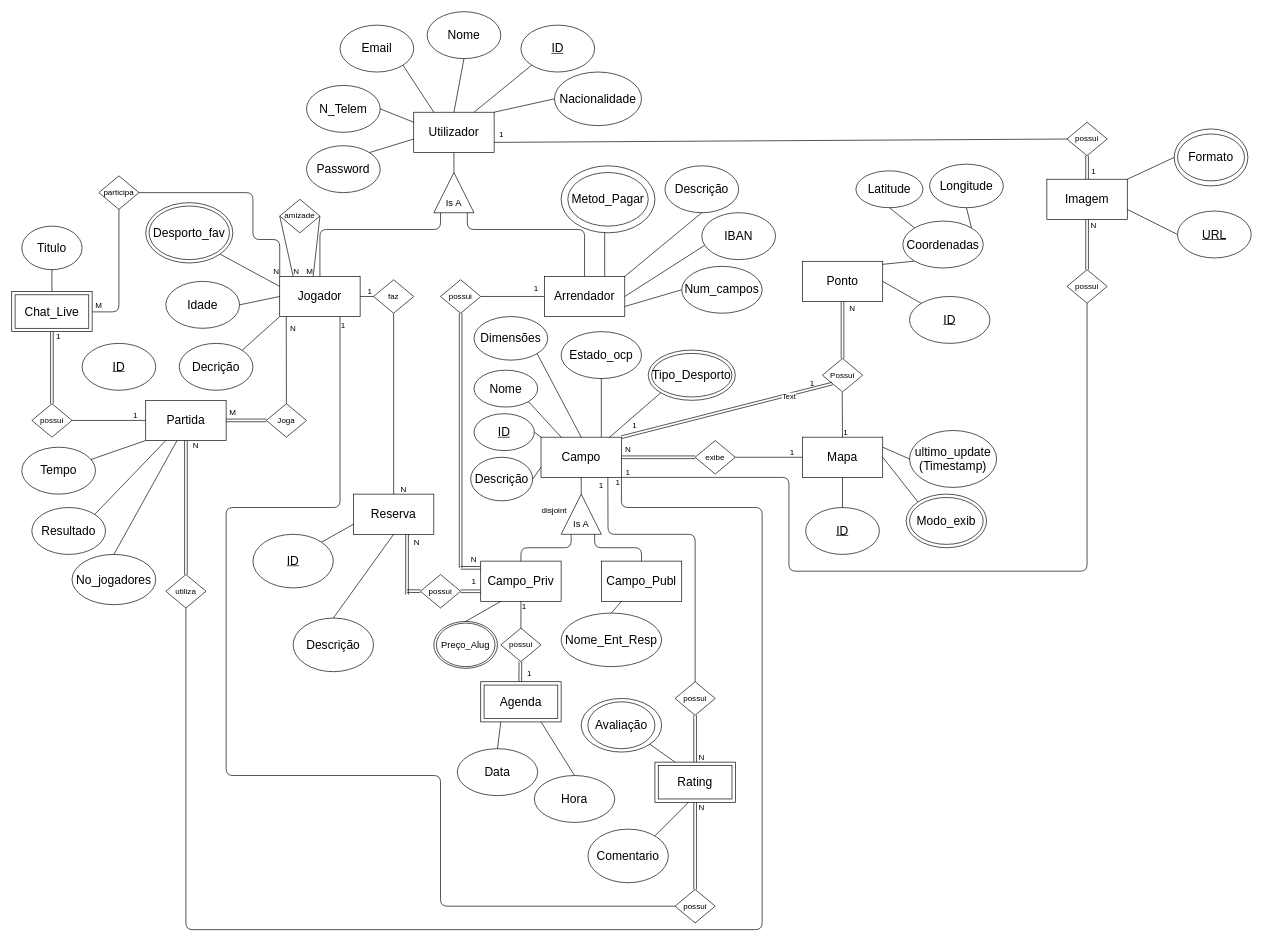
Earlier version of the draw.io diagram DER_SL.drawio (Paul-Y5/Projeto_SPORTSLINK-BD). Source tidied: cells renumbered, new cells numbered last; positions are measured from the earlier drawing's top-left corner, leaving out a move shared by most shapes. Both pictures are drawn from the tidied source at 67%, with x=0, y=0 at pixel (11, 11).
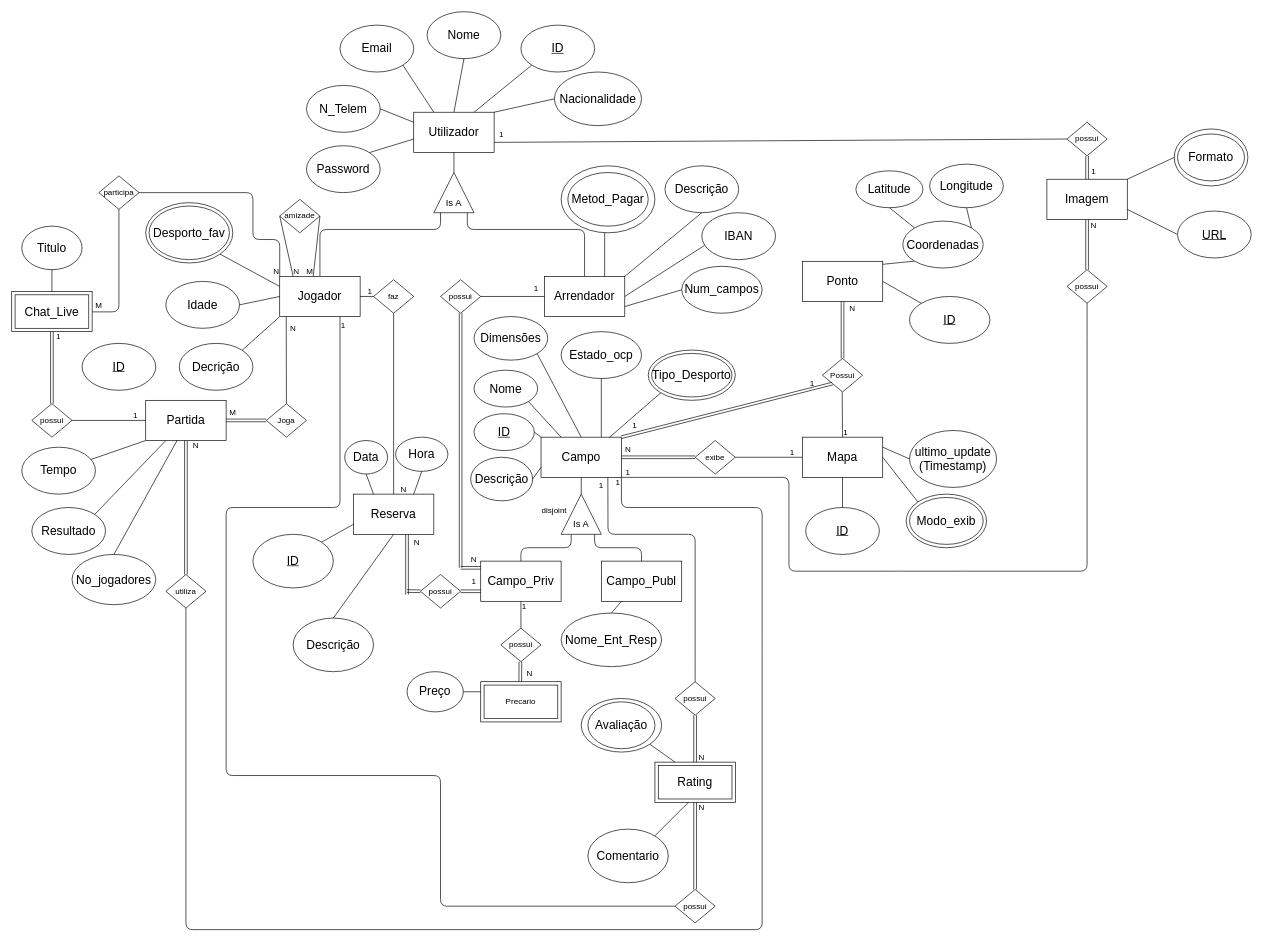
The same diagram, later.

The change refers to these unchanged cells:
```xml
<mxCell id="50" value="&lt;span style=&quot;font-size: 18px;&quot;&gt;Campo_Priv&lt;/span&gt;" style="rounded=0;whiteSpace=wrap;html=1;" parent="1" vertex="1">
  <mxGeometry x="700" y="820" width="120" height="60" as="geometry" />
</mxCell>
<mxCell id="93" value="&lt;font style=&quot;font-size: 18px;&quot;&gt;Reserva&lt;/font&gt;" style="rounded=0;whiteSpace=wrap;html=1;" parent="1" vertex="1">
  <mxGeometry x="510" y="720" width="120" height="60" as="geometry" />
</mxCell>
<mxCell id="184" style="endArrow=none;html=1;entryX=0;entryY=1;entryDx=0;entryDy=0;exitX=1;exitY=0;exitDx=0;exitDy=0;shape=link;" parent="1" edge="1" source="45" target="183">
  <mxGeometry relative="1" as="geometry" />
</mxCell>
```

The edit, as a diff of the source:
```diff
@@
-    <mxCell id="56" value="&lt;font style=&quot;font-size: 18px;&quot;&gt;Agenda&lt;/font&gt;" style="rounded=0;whiteSpace=wrap;html=1;" parent="1" vertex="1">
+    <mxCell id="56" value="Precario" style="rounded=0;whiteSpace=wrap;html=1;" parent="1" vertex="1">
       <mxGeometry x="700" y="1000" width="120" height="60" as="geometry" />
     </mxCell>
@@
-    <mxCell id="60" value="&lt;span style=&quot;font-size: 18px;&quot;&gt;Data&lt;/span&gt;" style="ellipse;whiteSpace=wrap;html=1;" parent="1" vertex="1">
-      <mxGeometry x="665" y="1100" width="120" height="70" as="geometry" />
-    </mxCell>
-    <mxCell id="61" value="&lt;span style=&quot;font-size: 18px;&quot;&gt;Hora&lt;/span&gt;" style="ellipse;whiteSpace=wrap;html=1;" parent="1" vertex="1">
-      <mxGeometry x="780" y="1140" width="120" height="70" as="geometry" />
-    </mxCell>
-    <mxCell id="62" style="endArrow=none;html=1;entryX=0.5;entryY=0;entryDx=0;entryDy=0;exitX=0.25;exitY=1;exitDx=0;exitDy=0;" parent="1" edge="1" source="56" target="60">
-      <mxGeometry relative="1" as="geometry" />
-    </mxCell>
-    <mxCell id="63" style="endArrow=none;html=1;entryX=0.5;entryY=0;entryDx=0;entryDy=0;" parent="1" edge="1" target="61">
-      <mxGeometry relative="1" as="geometry">
-        <mxPoint x="790" y="1060" as="sourcePoint" />
-      </mxGeometry>
-    </mxCell>
@@
-    <mxCell id="108" value="&lt;font style=&quot;font-size: 14px;&quot;&gt;Preço_Alug&lt;/font&gt;" style="ellipse;whiteSpace=wrap;html=1;" parent="1" vertex="1">
-      <mxGeometry x="630" y="910" width="95" height="70" as="geometry" />
-    </mxCell>
-    <mxCell id="109" style="endArrow=none;html=1;entryX=0.25;entryY=1;entryDx=0;entryDy=0;exitX=0.5;exitY=0;exitDx=0;exitDy=0;" parent="1" edge="1" source="108" target="50">
-      <mxGeometry relative="1" as="geometry" />
-    </mxCell>
-    <mxCell id="110" style="ellipse;whiteSpace=wrap;html=1;fillColor=none;" parent="1" vertex="1">
-      <mxGeometry x="633.8" y="912.5" width="87.5" height="65" as="geometry" />
-    </mxCell>
@@
-    <mxCell id="172" value="1" style="text;strokeColor=none;align=center;fillColor=none;html=1;verticalAlign=middle;whiteSpace=wrap;rounded=0;" parent="1" vertex="1">
+    <mxCell id="172" value="N" style="text;strokeColor=none;align=center;fillColor=none;html=1;verticalAlign=middle;whiteSpace=wrap;rounded=0;" parent="1" vertex="1">
       <mxGeometry x="767.5" y="985" width="10" height="5" as="geometry" />
     </mxCell>
@@
-    <mxCell id="185" value="Text" style="edgeLabel;html=1;align=center;verticalAlign=middle;" parent="184" vertex="1">
-      <mxGeometry x="0.58" y="-3" relative="1" as="geometry" />
-    </mxCell>
@@
+    <mxCell id="60" value="&lt;span style=&quot;font-size: 18px;&quot;&gt;Data&lt;/span&gt;" style="ellipse;whiteSpace=wrap;html=1;" parent="1" vertex="1">
+      <mxGeometry x="497" y="640" width="64" height="50" as="geometry" />
+    </mxCell>
+    <mxCell id="61" value="&lt;span style=&quot;font-size: 18px;&quot;&gt;Hora&lt;/span&gt;" style="ellipse;whiteSpace=wrap;html=1;" parent="1" vertex="1">
+      <mxGeometry x="573" y="635" width="78" height="51" as="geometry" />
+    </mxCell>
+    <mxCell id="199" style="endArrow=none;html=1;entryX=0.25;entryY=0;entryDx=0;entryDy=0;exitX=0.5;exitY=1;exitDx=0;exitDy=0;" parent="1" edge="1" source="60" target="93">
+      <mxGeometry relative="1" as="geometry" />
+    </mxCell>
+    <mxCell id="200" style="endArrow=none;html=1;entryX=0.5;entryY=1;entryDx=0;entryDy=0;exitX=0.75;exitY=0;exitDx=0;exitDy=0;" parent="1" edge="1" source="93" target="61">
+      <mxGeometry relative="1" as="geometry" />
+    </mxCell>
+    <mxCell id="201" value="&lt;font style=&quot;font-size: 18px;&quot;&gt;Preço&lt;/font&gt;" style="ellipse;whiteSpace=wrap;html=1;" parent="1" vertex="1">
+      <mxGeometry x="590" y="985" width="84" height="60" as="geometry" />
+    </mxCell>
+    <mxCell id="202" style="endArrow=none;html=1;exitX=1;exitY=0.5;exitDx=0;exitDy=0;entryX=0;entryY=0.25;entryDx=0;entryDy=0;" parent="1" edge="1" source="201" target="56">
+      <mxGeometry relative="1" as="geometry" />
+    </mxCell>
```
